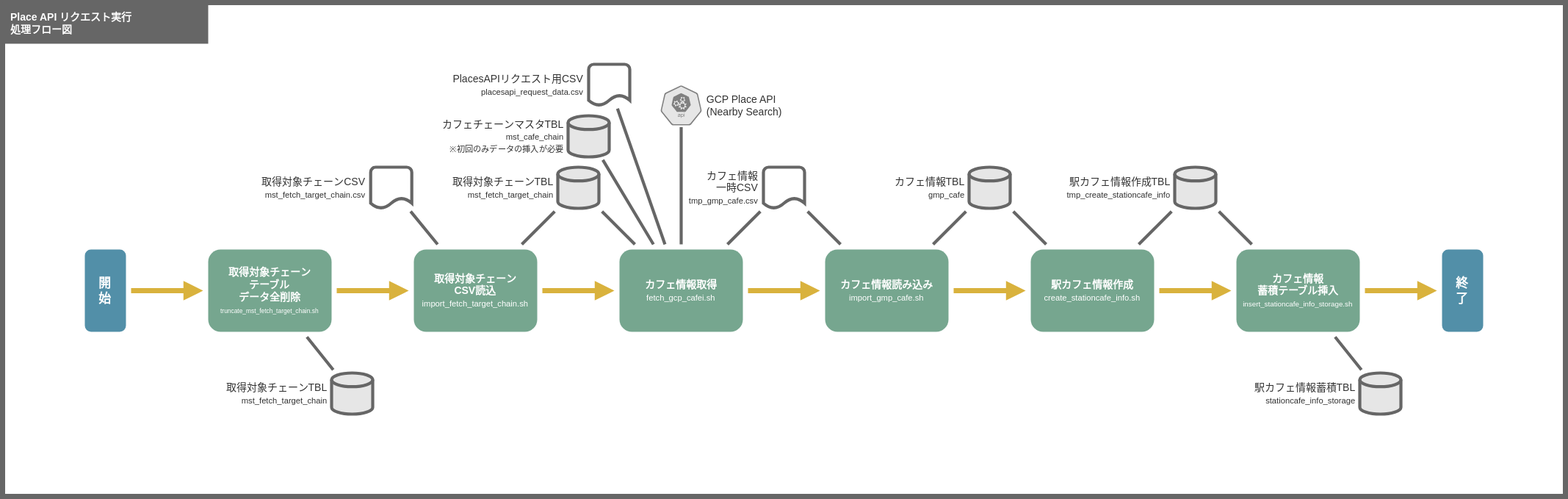
Above: doc/201_設計/01510203_PlacesAPIリクエスト実行_処理フロー図.drawio.svg in take4bcreators/cafe-train-prj (draw.io), before the change. Source tidied: cells renumbered, new cells last; positions are measured from the earlier drawing's top-left corner, leaving out a move shared by most shapes.
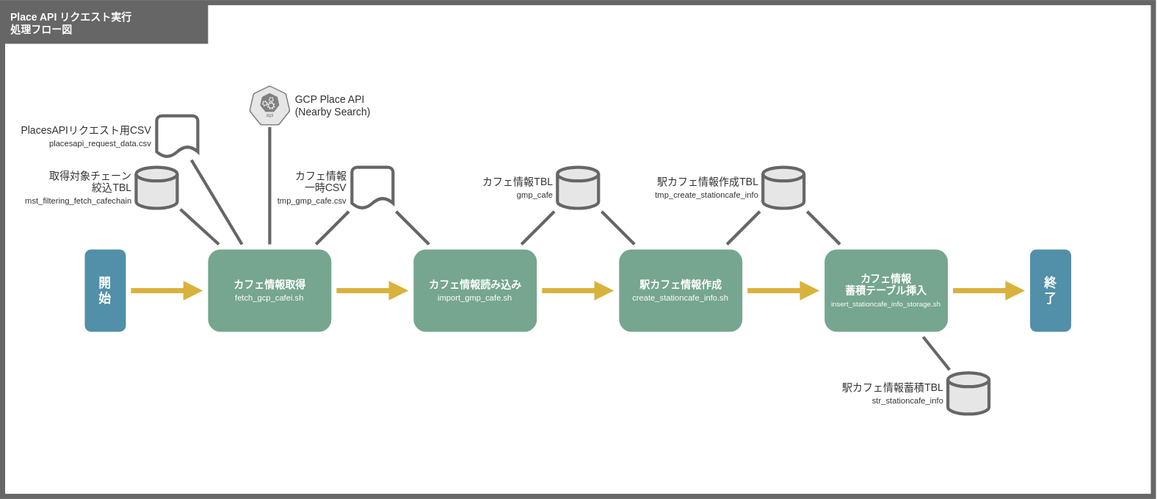
After the change.

Diff of the diagram source:
```diff
@@ -3,7 +3,7 @@
     <mxCell id="0" />
     <mxCell id="1" value="背景" parent="0" />
     <mxCell id="2" style="rounded=0;whiteSpace=wrap;html=1;fillColor=#FFFFFF;strokeColor=#666666;strokeWidth=5;fontSize=10;" parent="1" vertex="1">
-      <mxGeometry width="1520" height="480" as="geometry" />
+      <mxGeometry x="400" width="1120" height="480" as="geometry" />
     </mxCell>
     <mxCell id="3" value="メイン" parent="0" />
     <mxCell id="4" style="edgeStyle=none;shape=connector;rounded=1;html=1;labelBackgroundColor=default;fontFamily=Helvetica;fontSize=11;fontColor=#333333;endArrow=none;endFill=0;strokeColor=#666666;strokeWidth=3;" parent="3" edge="1" source="5" target="31">
@@ -12,11 +12,11 @@
     <mxCell id="5" value="&lt;b&gt;カフェ情報取得&lt;/b&gt;&lt;br&gt;&lt;font style=&quot;font-size: 8px&quot;&gt;fetch_gcp_cafei.sh&lt;/font&gt;" style="rounded=1;whiteSpace=wrap;html=1;fillColor=#76A68F;strokeColor=none;strokeWidth=5;fontSize=10;perimeterSpacing=5;fontColor=#FFFFFF;" parent="3" vertex="1">
       <mxGeometry x="600" y="240" width="120" height="80" as="geometry" />
     </mxCell>
-    <mxCell id="6" style="edgeStyle=none;shape=connector;rounded=1;html=1;labelBackgroundColor=default;fontFamily=Helvetica;fontSize=10;fontColor=default;startArrow=none;endArrow=block;endFill=1;strokeColor=#D9B23D;strokeWidth=5;" parent="3" edge="1" source="7" target="39">
+    <mxCell id="6" style="edgeStyle=none;shape=connector;rounded=1;html=1;labelBackgroundColor=default;fontFamily=Helvetica;fontSize=10;fontColor=default;startArrow=none;endArrow=block;endFill=1;strokeColor=#D9B23D;strokeWidth=5;" parent="3" edge="1" source="7" target="5">
       <mxGeometry relative="1" as="geometry" />
     </mxCell>
     <mxCell id="7" value="開&lt;br&gt;始" style="rounded=1;whiteSpace=wrap;html=1;fillColor=#528FA8;strokeColor=none;strokeWidth=5;perimeterSpacing=5;fontColor=#FFFFFF;fontStyle=1;" parent="3" vertex="1">
-      <mxGeometry x="80" y="240" width="40" height="80" as="geometry" />
+      <mxGeometry x="480" y="240" width="40" height="80" as="geometry" />
     </mxCell>
     <mxCell id="8" style="edgeStyle=none;shape=connector;rounded=1;html=1;labelBackgroundColor=default;fontFamily=Helvetica;fontSize=10;fontColor=default;endArrow=block;endFill=1;strokeColor=#D9B23D;strokeWidth=5;startArrow=none;" parent="3" edge="1" source="5" target="10">
       <mxGeometry relative="1" as="geometry" />
@@ -28,7 +28,7 @@
       <mxGeometry x="800" y="240" width="120" height="80" as="geometry" />
     </mxCell>
     <mxCell id="11" value="Place API リクエスト実行&lt;br&gt;処理フロー図" style="rounded=0;whiteSpace=wrap;html=1;fillColor=#666666;strokeColor=none;strokeWidth=5;fontSize=10;fontColor=#FFFFFF;align=left;spacingLeft=6;spacingRight=6;fontStyle=1;" parent="3" vertex="1">
-      <mxGeometry width="200" height="40" as="geometry" />
+      <mxGeometry x="400" width="200" height="40" as="geometry" />
     </mxCell>
     <mxCell id="12" style="edgeStyle=none;shape=connector;rounded=1;html=1;labelBackgroundColor=default;fontFamily=Helvetica;fontSize=11;fontColor=default;endArrow=none;endFill=0;strokeColor=#666666;strokeWidth=3;" parent="3" edge="1" source="13" target="5">
       <mxGeometry relative="1" as="geometry" />
@@ -48,7 +48,7 @@
     <mxCell id="17" value="&lt;b&gt;カフェ情報&lt;br&gt;蓄積テーブル挿入&lt;/b&gt;&lt;br&gt;&lt;font style=&quot;font-size: 7px&quot;&gt;insert_stationcafe_info_storage.sh&lt;/font&gt;" style="rounded=1;whiteSpace=wrap;html=1;fillColor=#76A68F;strokeColor=none;strokeWidth=5;fontSize=10;perimeterSpacing=5;fontColor=#FFFFFF;" parent="3" vertex="1">
       <mxGeometry x="1200" y="240" width="120" height="80" as="geometry" />
     </mxCell>
-    <mxCell id="18" value="駅カフェ情報蓄積TBL&lt;br style=&quot;font-size: 10px&quot;&gt;&lt;font style=&quot;font-size: 8px&quot;&gt;stationcafe_info_storage&lt;/font&gt;" style="strokeWidth=3;html=1;shape=mxgraph.flowchart.database;fontFamily=Helvetica;fontSize=10;fontColor=#333333;fillColor=#E6E6E6;labelPosition=left;verticalLabelPosition=middle;align=right;verticalAlign=middle;spacingRight=3;perimeterSpacing=3;spacingLeft=3;strokeColor=#666666;spacingTop=3;spacingBottom=3;" parent="3" vertex="1">
+    <mxCell id="18" value="駅カフェ情報蓄積TBL&lt;br style=&quot;font-size: 10px&quot;&gt;&lt;font style=&quot;font-size: 8px&quot;&gt;str_stationcafe_info&lt;/font&gt;" style="strokeWidth=3;html=1;shape=mxgraph.flowchart.database;fontFamily=Helvetica;fontSize=10;fontColor=#333333;fillColor=#E6E6E6;labelPosition=left;verticalLabelPosition=middle;align=right;verticalAlign=middle;spacingRight=3;perimeterSpacing=3;spacingLeft=3;strokeColor=#666666;spacingTop=3;spacingBottom=3;" parent="3" vertex="1">
       <mxGeometry x="1320" y="360" width="40" height="40" as="geometry" />
     </mxCell>
     <mxCell id="19" style="edgeStyle=none;shape=connector;rounded=1;html=1;labelBackgroundColor=default;fontFamily=Helvetica;fontSize=10;fontColor=default;endArrow=block;endFill=1;strokeColor=#D9B23D;strokeWidth=5;startArrow=none;" parent="3" edge="1" source="10" target="26">
@@ -63,12 +63,6 @@
     <mxCell id="22" style="edgeStyle=none;shape=connector;rounded=1;html=1;labelBackgroundColor=default;fontFamily=Helvetica;fontSize=11;fontColor=default;endArrow=none;endFill=0;strokeColor=#666666;strokeWidth=3;" parent="3" edge="1" source="37" target="5">
       <mxGeometry relative="1" as="geometry" />
     </mxCell>
-    <mxCell id="23" style="edgeStyle=none;shape=connector;rounded=1;html=1;labelBackgroundColor=default;fontFamily=Helvetica;fontSize=11;fontColor=default;endArrow=none;endFill=0;strokeColor=#666666;strokeWidth=3;" parent="3" edge="1" source="24" target="5">
-      <mxGeometry relative="1" as="geometry" />
-    </mxCell>
-    <mxCell id="24" value="&lt;span style=&quot;text-align: left&quot;&gt;カフェチェーンマスタTBL&lt;/span&gt;&lt;br style=&quot;text-align: left&quot;&gt;&lt;span style=&quot;font-size: 8px ; text-align: left&quot;&gt;mst_cafe_chain&lt;br&gt;※初回のみデータの挿入が必要&lt;br&gt;&lt;/span&gt;" style="strokeWidth=3;html=1;shape=mxgraph.flowchart.database;fontFamily=Helvetica;fontSize=10;fontColor=#333333;fillColor=#E6E6E6;labelPosition=left;verticalLabelPosition=middle;align=right;verticalAlign=middle;spacingRight=3;perimeterSpacing=3;spacingLeft=3;strokeColor=#666666;spacingTop=3;spacingBottom=3;" parent="3" vertex="1">
-      <mxGeometry x="550" y="110" width="40" height="40" as="geometry" />
-    </mxCell>
     <mxCell id="25" style="edgeStyle=none;shape=connector;rounded=1;html=1;labelBackgroundColor=default;fontFamily=Helvetica;fontSize=11;fontColor=default;endArrow=none;endFill=0;strokeColor=#666666;strokeWidth=3;" parent="3" edge="1" source="26" target="28">
       <mxGeometry relative="1" as="geometry" />
     </mxCell>
@@ -90,41 +84,14 @@
     <mxCell id="31" value="&lt;div style=&quot;&quot;&gt;カフェ情報&lt;/div&gt;&lt;div style=&quot;&quot;&gt;一時CSV&lt;/div&gt;&lt;font style=&quot;font-size: 8px;&quot;&gt;tmp_gmp_cafe.csv&lt;/font&gt;" style="strokeWidth=3;html=1;shape=mxgraph.flowchart.document2;size=0.25;strokeColor=#666666;align=right;labelPosition=left;verticalLabelPosition=middle;verticalAlign=middle;fontSize=10;spacingTop=4;spacingBottom=4;spacingLeft=4;spacingRight=4;spacing=2;perimeterSpacing=3;fontColor=#333333;" parent="3" vertex="1">
       <mxGeometry x="740" y="160" width="40" height="40" as="geometry" />
     </mxCell>
-    <mxCell id="32" style="edgeStyle=none;shape=connector;rounded=1;html=1;labelBackgroundColor=default;fontFamily=Helvetica;fontSize=10;fontColor=default;startArrow=none;endArrow=block;endFill=1;strokeColor=#D9B23D;strokeWidth=5;" parent="3" edge="1" source="33" target="5">
-      <mxGeometry relative="1" as="geometry" />
-    </mxCell>
-    <mxCell id="33" value="&lt;b&gt;取得対象チェーン&lt;br&gt;CSV読込&lt;br&gt;&lt;/b&gt;&lt;span style=&quot;font-size: 8px ; text-align: right&quot;&gt;import_fetch_target_chain.sh&lt;/span&gt;" style="rounded=1;whiteSpace=wrap;html=1;fillColor=#76A68F;strokeColor=none;strokeWidth=5;fontSize=10;perimeterSpacing=5;fontColor=#FFFFFF;" parent="3" vertex="1">
-      <mxGeometry x="400" y="240" width="120" height="80" as="geometry" />
-    </mxCell>
-    <mxCell id="34" style="edgeStyle=none;shape=connector;rounded=1;html=1;labelBackgroundColor=default;fontFamily=Helvetica;fontSize=10;fontColor=default;endArrow=block;endFill=1;strokeColor=#D9B23D;strokeWidth=5;startArrow=none;" parent="3" edge="1" source="39" target="33">
-      <mxGeometry relative="1" as="geometry" />
-    </mxCell>
-    <mxCell id="35" style="edgeStyle=none;shape=connector;rounded=1;html=1;labelBackgroundColor=default;fontFamily=Helvetica;fontSize=11;fontColor=default;endArrow=none;endFill=0;strokeColor=#666666;strokeWidth=3;" parent="3" edge="1" source="41" target="33">
-      <mxGeometry relative="1" as="geometry" />
-    </mxCell>
-    <mxCell id="36" style="edgeStyle=none;shape=connector;rounded=1;html=1;labelBackgroundColor=default;fontFamily=Helvetica;fontSize=11;fontColor=default;endArrow=none;endFill=0;strokeColor=#666666;strokeWidth=3;" parent="3" edge="1" source="33" target="37">
-      <mxGeometry relative="1" as="geometry" />
-    </mxCell>
-    <mxCell id="37" value="&lt;span style=&quot;text-align: right&quot;&gt;取得対象チェーンTBL&lt;/span&gt;&lt;br style=&quot;font-size: 10px&quot;&gt;&lt;span style=&quot;font-size: 8px ; text-align: right&quot;&gt;mst_fetch_target_chain&lt;/span&gt;" style="strokeWidth=3;html=1;shape=mxgraph.flowchart.database;fontFamily=Helvetica;fontSize=10;fontColor=#333333;fillColor=#E6E6E6;labelPosition=left;verticalLabelPosition=middle;align=right;verticalAlign=middle;spacingRight=3;perimeterSpacing=3;spacingLeft=3;strokeColor=#666666;spacingTop=3;spacingBottom=3;" parent="3" vertex="1">
-      <mxGeometry x="540" y="160" width="40" height="40" as="geometry" />
+    <mxCell id="37" value="取得対象チェーン&lt;br&gt;絞込TBL&lt;br style=&quot;text-align: left&quot;&gt;&lt;span style=&quot;font-size: 8px&quot;&gt;mst_filtering_fetch_cafechain&lt;/span&gt;" style="strokeWidth=3;html=1;shape=mxgraph.flowchart.database;fontFamily=Helvetica;fontSize=10;fontColor=#333333;fillColor=#E6E6E6;labelPosition=left;verticalLabelPosition=middle;align=right;verticalAlign=middle;spacingRight=3;perimeterSpacing=3;spacingLeft=3;strokeColor=#666666;spacingTop=3;spacingBottom=3;" parent="3" vertex="1">
+      <mxGeometry x="530" y="160" width="40" height="40" as="geometry" />
     </mxCell>
-    <mxCell id="38" style="edgeStyle=none;shape=connector;rounded=1;html=1;labelBackgroundColor=default;fontFamily=Helvetica;fontSize=8;fontColor=default;endArrow=none;endFill=0;strokeColor=#666666;strokeWidth=3;" parent="3" edge="1" source="39" target="40">
-      <mxGeometry relative="1" as="geometry" />
-    </mxCell>
-    <mxCell id="39" value="&lt;span style=&quot;text-align: right&quot;&gt;&lt;b&gt;取得対象チェーン&lt;br&gt;テーブル&lt;br&gt;データ全削除&lt;/b&gt;&lt;br&gt;&lt;/span&gt;&lt;span style=&quot;text-align: right&quot;&gt;&lt;font style=&quot;font-size: 6px&quot;&gt;truncate_mst_fetch_target_chain.sh&lt;/font&gt;&lt;/span&gt;&lt;span style=&quot;text-align: right&quot;&gt;&lt;br&gt;&lt;/span&gt;" style="rounded=1;whiteSpace=wrap;html=1;fillColor=#76A68F;strokeColor=none;strokeWidth=5;fontSize=10;perimeterSpacing=5;fontColor=#FFFFFF;" parent="3" vertex="1">
-      <mxGeometry x="200" y="240" width="120" height="80" as="geometry" />
-    </mxCell>
-    <mxCell id="40" value="&lt;span style=&quot;text-align: right&quot;&gt;取得対象チェーンTBL&lt;/span&gt;&lt;br style=&quot;font-size: 10px&quot;&gt;&lt;span style=&quot;font-size: 8px ; text-align: right&quot;&gt;mst_fetch_target_chain&lt;/span&gt;" style="strokeWidth=3;html=1;shape=mxgraph.flowchart.database;fontFamily=Helvetica;fontSize=10;fontColor=#333333;fillColor=#E6E6E6;labelPosition=left;verticalLabelPosition=middle;align=right;verticalAlign=middle;spacingRight=3;perimeterSpacing=3;spacingLeft=3;strokeColor=#666666;spacingTop=3;spacingBottom=3;" parent="3" vertex="1">
-      <mxGeometry x="320" y="360" width="40" height="40" as="geometry" />
-    </mxCell>
-    <mxCell id="41" value="&lt;span style=&quot;text-align: left&quot;&gt;取得対象チェーンCSV&lt;/span&gt;&lt;br&gt;&lt;span style=&quot;font-size: 8px ; text-align: left&quot;&gt;mst_fetch_target_chain.csv&lt;/span&gt;" style="strokeWidth=3;html=1;shape=mxgraph.flowchart.document2;size=0.25;strokeColor=#666666;align=right;labelPosition=left;verticalLabelPosition=middle;verticalAlign=middle;fontSize=10;spacingTop=4;spacingBottom=4;spacingLeft=4;spacingRight=4;perimeterSpacing=3;fontColor=#333333;" parent="3" vertex="1">
-      <mxGeometry x="358" y="160" width="40" height="40" as="geometry" />
-    </mxCell>
     <mxCell id="42" style="edgeStyle=none;shape=connector;rounded=1;html=1;labelBackgroundColor=default;fontFamily=Helvetica;fontSize=11;fontColor=default;endArrow=none;endFill=0;strokeColor=#666666;strokeWidth=3;" parent="3" edge="1" source="43" target="5">
       <mxGeometry relative="1" as="geometry" />
     </mxCell>
     <mxCell id="43" value="&lt;div style=&quot;text-align: left;&quot;&gt;PlacesAPIリクエスト用CSV&lt;/div&gt;&lt;font style=&quot;text-align: left; font-size: 8px;&quot;&gt;placesapi_request_data.csv&lt;/font&gt;" style="strokeWidth=3;html=1;shape=mxgraph.flowchart.document2;size=0.25;strokeColor=#666666;align=right;labelPosition=left;verticalLabelPosition=middle;verticalAlign=middle;fontSize=10;spacingTop=4;spacingBottom=4;spacingLeft=4;spacingRight=4;perimeterSpacing=3;fontColor=#333333;" parent="3" vertex="1">
-      <mxGeometry x="570" y="60" width="40" height="40" as="geometry" />
+      <mxGeometry x="550" y="110" width="40" height="40" as="geometry" />
     </mxCell>
   </root>
 </mxGraphModel>
```
